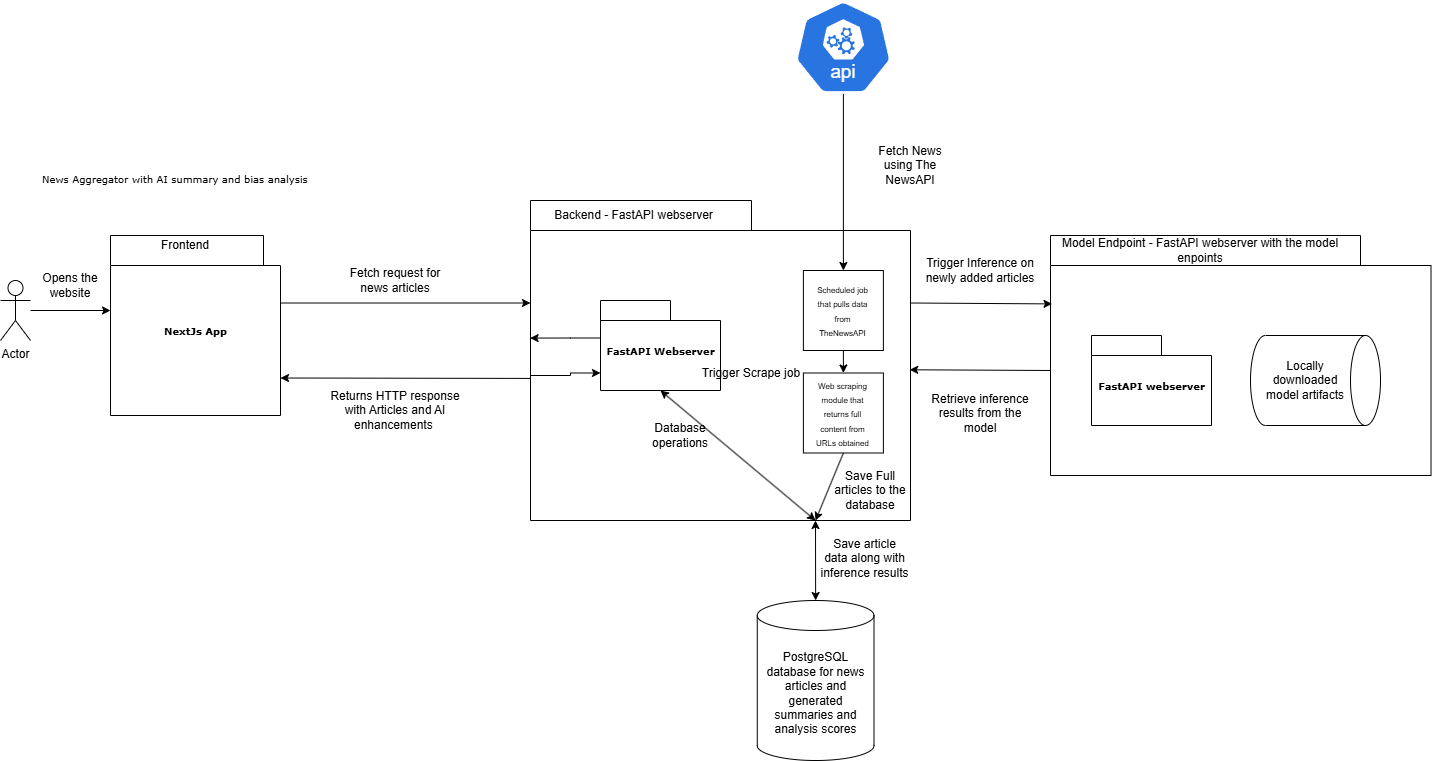
FaithKamaraju/news-webservice keeps this draw.io diagram as Webapp architecture mockup.png. Above is the earlier version. Source tidied: cells renumbered, new cells last; positions are measured from the earlier drawing's top-left corner, leaving out a move shared by most shapes.
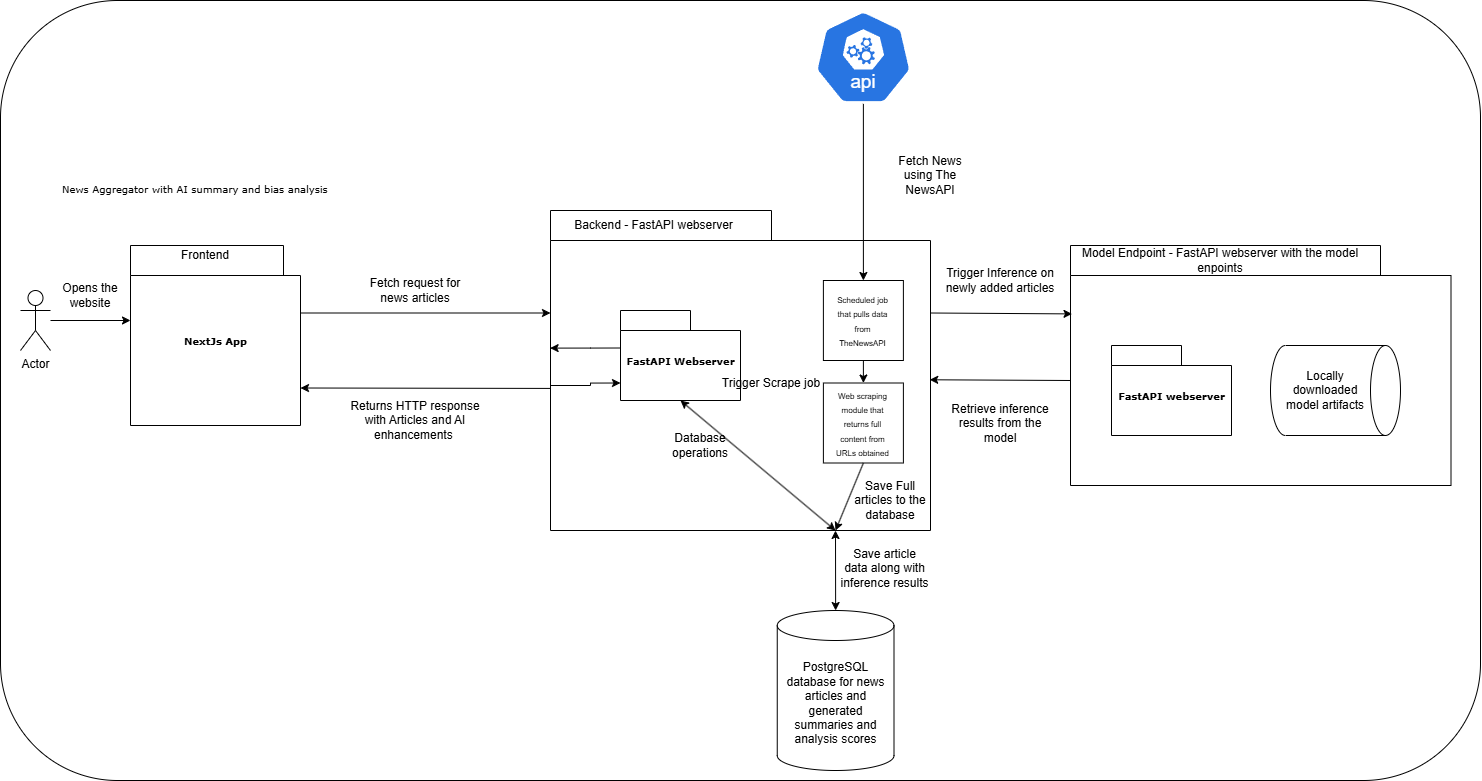
The same diagram one commit later.

Diff of the diagram source:
```diff
@@ -2,6 +2,9 @@
   <root>
     <mxCell id="0" />
     <mxCell id="1" parent="0" />
+    <mxCell id="42" style="rounded=1;whiteSpace=wrap;html=1;" parent="1" vertex="1">
+      <mxGeometry x="-20" y="-10" width="1480" height="780" as="geometry" />
+    </mxCell>
     <mxCell id="2" style="shape=folder;fontStyle=1;spacingTop=10;tabWidth=221;tabHeight=30;tabPosition=left;html=1;rounded=0;shadow=0;comic=0;labelBackgroundColor=none;strokeWidth=1;fontFamily=Verdana;fontSize=10;align=center;" parent="1" vertex="1">
       <mxGeometry x="530" y="200" width="380" height="320" as="geometry" />
     </mxCell>
```
